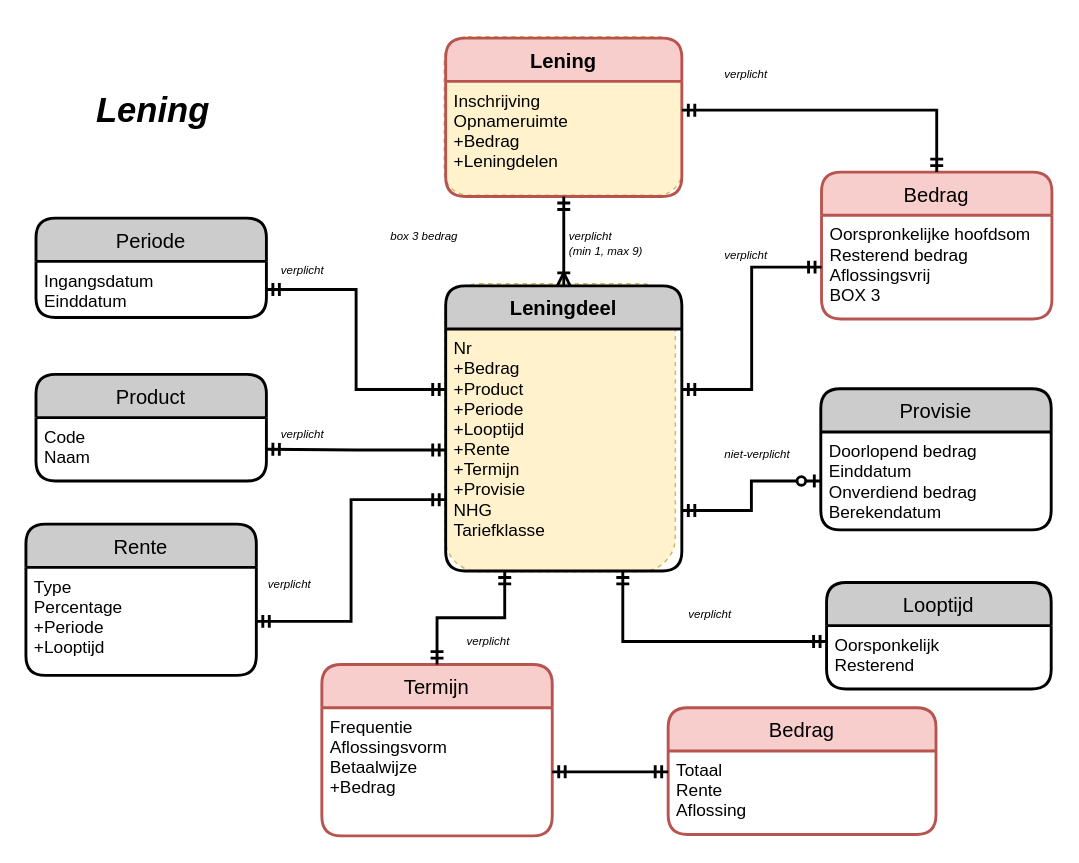
Above: page "Lening" (3 of 6) of 3rdParty-HDN.drawio in luchthandel/diagrams (draw.io), before the change. Source tidied: cells renumbered, new cells numbered last; positions are measured from the earlier drawing's top-left corner, leaving out a move shared by most shapes. Both pictures are drawn from the tidied source at 144%, with x=0, y=0 at pixel (26, 36).
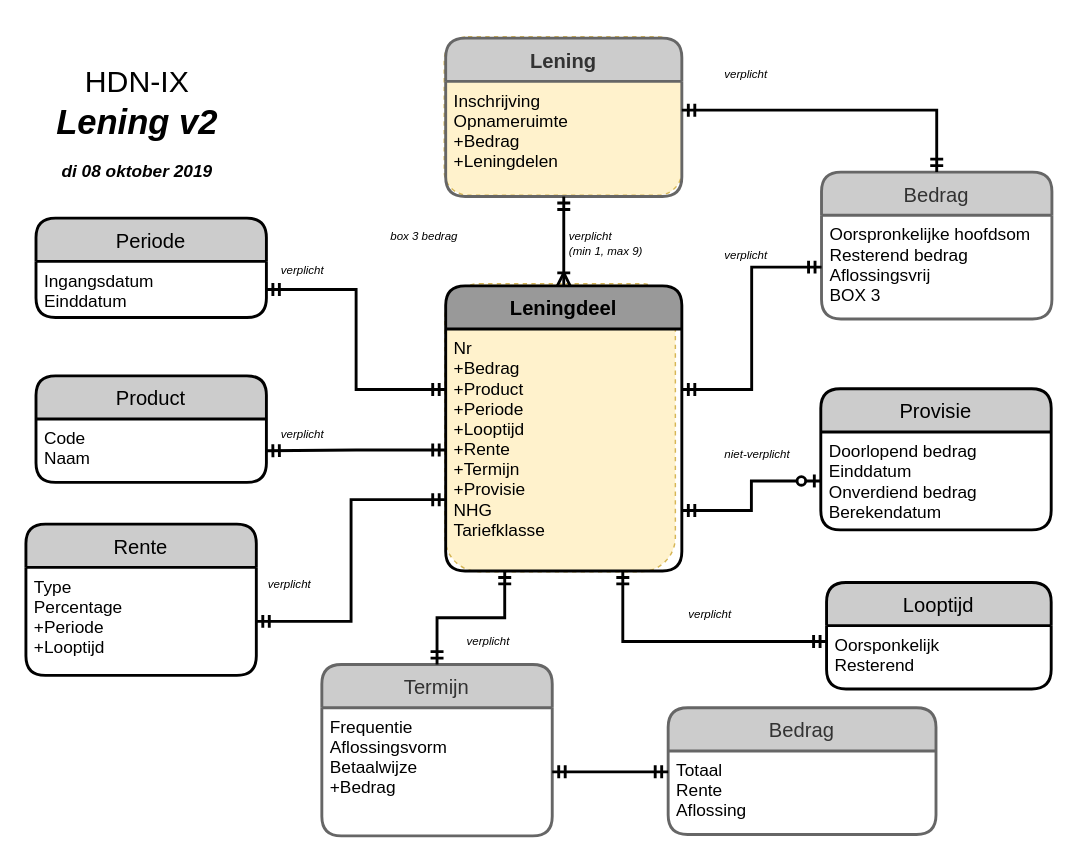
Above is the later version.

The edit, as a diff of the source:
```diff
@@
-    <mxCell id="3" value="Lening" style="swimlane;horizontal=1;startSize=30;fillColor=#f8cecc;rounded=1;fontSize=14;fontStyle=1;strokeWidth=2;shadow=0;dashed=0;align=center;strokeColor=#b85450;" parent="1" vertex="1">
+    <mxCell id="3" value="Lening" style="swimlane;horizontal=1;startSize=30;fillColor=#CCCCCC;rounded=1;fontSize=14;fontStyle=1;strokeWidth=2;shadow=0;dashed=0;align=center;strokeColor=#666666;fontColor=#333333;" parent="1" vertex="1">
       <mxGeometry x="291" y="1" width="164" height="110" as="geometry" />
     </mxCell>
@@
-    <mxCell id="11" value="Leningdeel" style="swimlane;horizontal=1;startSize=30;fillColor=#CCCCCC;fontColor=#000000;rounded=1;fontSize=14;fontStyle=1;strokeWidth=2;shadow=0;dashed=0;align=center;swimlaneLine=1;" parent="1" vertex="1">
+    <mxCell id="11" value="Leningdeel" style="swimlane;horizontal=1;startSize=30;fillColor=#999999;fontColor=#000000;rounded=1;fontSize=14;fontStyle=1;strokeWidth=2;shadow=0;dashed=0;align=center;swimlaneLine=1;" parent="1" vertex="1">
       <mxGeometry x="291" y="173" width="164" height="198" as="geometry" />
     </mxCell>
@@
-    <mxCell id="15" value="Termijn" style="swimlane;horizontal=1;startSize=30;fillColor=#f8cecc;rounded=1;fontSize=14;fontStyle=0;strokeWidth=2;shadow=0;dashed=0;align=center;strokeColor=#b85450;" parent="1" vertex="1">
+    <mxCell id="15" value="Termijn" style="swimlane;horizontal=1;startSize=30;fillColor=#CCCCCC;rounded=1;fontSize=14;fontStyle=0;strokeWidth=2;shadow=0;dashed=0;align=center;strokeColor=#666666;fontColor=#333333;" parent="1" vertex="1">
       <mxGeometry x="205" y="436" width="160" height="119" as="geometry" />
     </mxCell>
@@
-    <mxCell id="19" value="Bedrag" style="swimlane;horizontal=1;startSize=30;fillColor=#f8cecc;rounded=1;fontSize=14;fontStyle=0;strokeWidth=2;shadow=0;dashed=0;align=center;strokeColor=#b85450;" parent="1" vertex="1">
+    <mxCell id="19" value="Bedrag" style="swimlane;horizontal=1;startSize=30;fillColor=#CCCCCC;rounded=1;fontSize=14;fontStyle=0;strokeWidth=2;shadow=0;dashed=0;align=center;strokeColor=#666666;fontColor=#333333;" parent="1" vertex="1">
       <mxGeometry x="552" y="94" width="160" height="102" as="geometry" />
     </mxCell>
@@
     <mxCell id="21" value="Product" style="swimlane;horizontal=1;startSize=30;fillColor=#CCCCCC;fontColor=#000000;rounded=1;fontSize=14;fontStyle=0;strokeWidth=2;shadow=0;dashed=0;align=center;" parent="1" vertex="1">
-      <mxGeometry x="6.5" y="234.5" width="160" height="74" as="geometry" />
+      <mxGeometry x="6.5" y="235.5" width="160" height="74" as="geometry" />
     </mxCell>
@@
-    <mxCell id="23" value="&lt;span style=&quot;font-size: 24px&quot;&gt;&lt;b&gt;&lt;i&gt;Lening&lt;/i&gt;&lt;/b&gt;&lt;/span&gt;" style="text;html=1;strokeColor=none;fillColor=none;align=center;verticalAlign=middle;whiteSpace=wrap;rounded=0;" parent="1" vertex="1">
-      <mxGeometry x="11" y="14" width="154" height="76" as="geometry" />
-    </mxCell>
@@
-    <mxCell id="42" value="Bedrag" style="swimlane;horizontal=1;startSize=30;fillColor=#f8cecc;rounded=1;fontSize=14;fontStyle=0;strokeWidth=2;shadow=0;dashed=0;align=center;strokeColor=#b85450;" parent="1" vertex="1">
+    <mxCell id="42" value="Bedrag" style="swimlane;horizontal=1;startSize=30;fillColor=#CCCCCC;rounded=1;fontSize=14;fontStyle=0;strokeWidth=2;shadow=0;dashed=0;align=center;strokeColor=#666666;fontColor=#333333;" parent="1" vertex="1">
       <mxGeometry x="445.5" y="466" width="186" height="88" as="geometry" />
     </mxCell>
@@
+    <mxCell id="45" value="&lt;font style=&quot;font-size: 21px&quot;&gt;HDN-IX&lt;/font&gt;&lt;b style=&quot;font-size: 24px ; font-style: italic&quot;&gt; &lt;br&gt;Lening&amp;nbsp;v2&lt;/b&gt;" style="text;html=1;strokeColor=none;fillColor=none;align=center;verticalAlign=middle;whiteSpace=wrap;rounded=0;" parent="1" vertex="1">
+      <mxGeometry x="-0.5" y="-8" width="154" height="106" as="geometry" />
+    </mxCell>
+    <mxCell id="46" value="&lt;font&gt;&lt;b&gt;&lt;i&gt;di 08 oktober 2019&lt;/i&gt;&lt;/b&gt;&lt;br&gt;&lt;/font&gt;" style="text;html=1;strokeColor=none;fillColor=none;align=center;verticalAlign=middle;whiteSpace=wrap;rounded=0;" parent="1" vertex="1">
+      <mxGeometry x="6.5" y="84.5" width="140" height="19" as="geometry" />
+    </mxCell>
```
